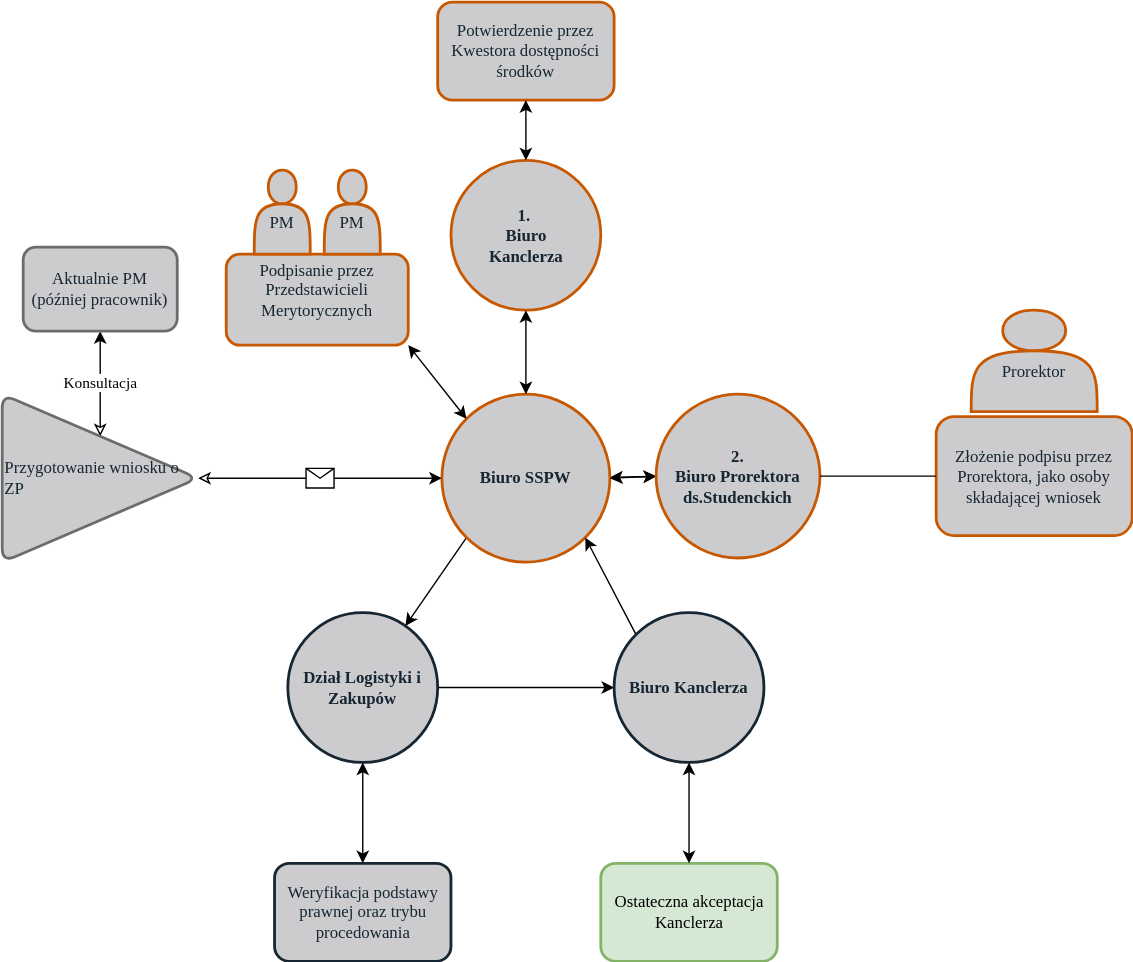
This is Rysunek ZP.svg from WelfareUnit/rysunki, a draw.io export, as it was before one commit. Source tidied: cells renumbered, new cells last; positions are measured from the earlier drawing's top-left corner, leaving out a move shared by most shapes.
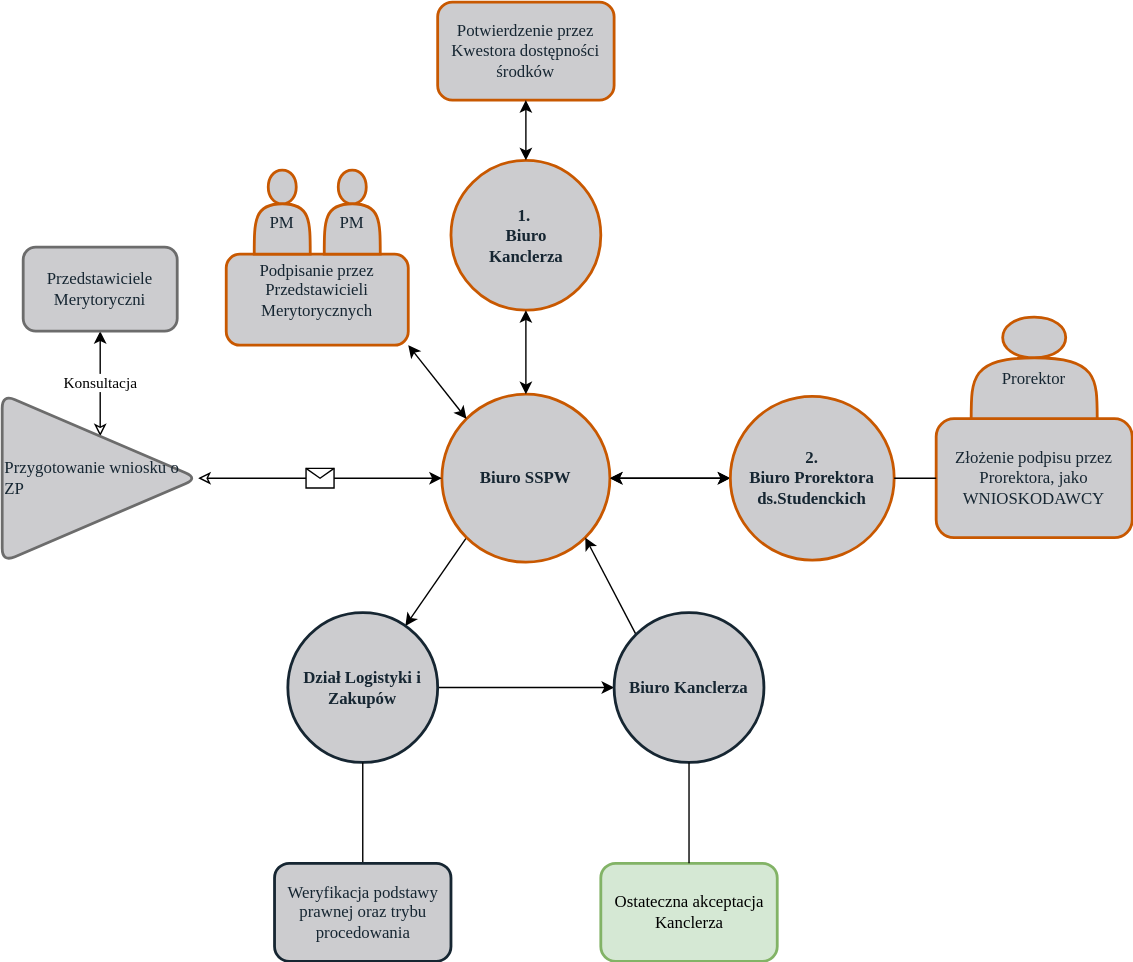
After the commit.

Diff of the diagram source:
```diff
@@ -17,7 +17,7 @@
     <mxCell id="6" value="&lt;div style=&quot;font-size: 12px;&quot;&gt;Biuro SSPW&lt;br style=&quot;font-size: 12px;&quot;&gt;&lt;/div&gt;" style="ellipse;whiteSpace=wrap;html=1;rounded=1;fontFamily=Verdana;fontSize=12;strokeWidth=2;fillColor=#CCCCCF;align=center;strokeColor=#C85800;fontStyle=1;fontColor=#162632;" parent="1" vertex="1">
       <mxGeometry x="314" y="280" width="120" height="120" as="geometry" />
     </mxCell>
-    <mxCell id="7" value="Aktualnie PM&lt;br/&gt;(później pracownik)" style="rounded=1;whiteSpace=wrap;html=1;fontFamily=Verdana;fontSize=12;strokeColor=#6C6C6C;strokeWidth=2;fillColor=#CCCCCF;align=center;fontColor=#162632;" parent="1" vertex="1">
+    <mxCell id="7" value="Przedstawiciele Merytoryczni" style="rounded=1;whiteSpace=wrap;html=1;fontFamily=Verdana;fontSize=12;strokeColor=#6C6C6C;strokeWidth=2;fillColor=#CCCCCF;align=center;fontColor=#162632;" parent="1" vertex="1">
       <mxGeometry x="15" y="175" width="110" height="60" as="geometry" />
     </mxCell>
     <mxCell id="8" style="endArrow=classic;html=1;fontFamily=Verdana;fontSize=12;fontColor=#162632;exitX=1;exitY=0.5;exitDx=0;exitDy=0;entryX=0;entryY=0.5;entryDx=0;entryDy=0;startArrow=classic;startFill=0;" parent="1" edge="1" source="3" target="6">
@@ -50,16 +50,16 @@
       <mxGeometry relative="1" as="geometry" />
     </mxCell>
     <mxCell id="17" value="&lt;div&gt;2.&lt;/div&gt;&lt;div&gt;Biuro Prorektora ds.Studenckich&lt;/div&gt;" style="ellipse;whiteSpace=wrap;html=1;rounded=1;fontFamily=Verdana;fontSize=12;fontColor=#162632;strokeColor=#C85800;strokeWidth=2;fillColor=#CCCCCF;align=center;fontStyle=1;" parent="1" vertex="1">
-      <mxGeometry x="467" y="280" width="117" height="117" as="geometry" />
+      <mxGeometry x="520" y="281.5" width="117" height="117" as="geometry" />
     </mxCell>
-    <mxCell id="18" value="Złożenie podpisu przez Prorektora, jako osoby składającej wniosek" style="rounded=1;whiteSpace=wrap;html=1;fontFamily=Verdana;fontSize=12;fontColor=#162632;strokeColor=#C85800;strokeWidth=2;fillColor=#CCCCCF;align=center;" parent="1" vertex="1">
-      <mxGeometry x="667" y="296" width="140" height="85" as="geometry" />
+    <mxCell id="18" value="Złożenie podpisu przez Prorektora, jako WNIOSKODAWCY" style="rounded=1;whiteSpace=wrap;html=1;fontFamily=Verdana;fontSize=12;fontColor=#162632;strokeColor=#C85800;strokeWidth=2;fillColor=#CCCCCF;align=center;" parent="1" vertex="1">
+      <mxGeometry x="667" y="297.5" width="140" height="85" as="geometry" />
     </mxCell>
     <mxCell id="19" style="endArrow=none;startArrow=none;html=1;fontFamily=Verdana;fontSize=12;fontColor=#162632;entryX=1;entryY=0.5;entryDx=0;entryDy=0;exitX=0;exitY=0.5;exitDx=0;exitDy=0;startFill=0;endFill=0;" parent="1" edge="1" source="18" target="17">
       <mxGeometry relative="1" as="geometry" />
     </mxCell>
     <mxCell id="20" value="&lt;div&gt;&lt;br&gt;&lt;/div&gt;&lt;div&gt;Prorektor&lt;/div&gt;" style="shape=actor;whiteSpace=wrap;html=1;rounded=1;fontFamily=Verdana;fontSize=12;fontColor=#162632;strokeColor=#C85800;strokeWidth=2;fillColor=#CCCCCF;align=center;" parent="1" vertex="1">
-      <mxGeometry x="692" y="220" width="90" height="72.5" as="geometry" />
+      <mxGeometry x="692" y="225" width="90" height="72.5" as="geometry" />
     </mxCell>
     <mxCell id="21" style="edgeStyle=none;jettySize=auto;html=1;exitX=1;exitY=0.5;exitDx=0;exitDy=0;entryX=0;entryY=0.5;entryDx=0;entryDy=0;fontFamily=Verdana;fontSize=12;fontColor=#162632;startArrow=none;startFill=0;" parent="1" edge="1" source="22" target="24">
       <mxGeometry relative="1" as="geometry" />
@@ -82,13 +82,13 @@
     <mxCell id="27" value="Ostateczna akceptacja Kanclerza" style="rounded=1;whiteSpace=wrap;html=1;fontFamily=Verdana;fontSize=12;strokeColor=#82b366;strokeWidth=2;fillColor=#d5e8d4;align=center;" parent="1" vertex="1">
       <mxGeometry x="427.5" y="615" width="126" height="70" as="geometry" />
     </mxCell>
-    <mxCell id="28" style="endArrow=classic;startArrow=classic;html=1;fontFamily=Verdana;fontSize=12;fontColor=#162632;exitX=0.5;exitY=1;exitDx=0;exitDy=0;entryX=0.5;entryY=0;entryDx=0;entryDy=0;" parent="1" edge="1" source="22" target="29">
+    <mxCell id="28" style="endArrow=none;startArrow=none;html=1;fontFamily=Verdana;fontSize=12;fontColor=#162632;exitX=0.5;exitY=1;exitDx=0;exitDy=0;entryX=0.5;entryY=0;entryDx=0;entryDy=0;startFill=0;endFill=0;" parent="1" edge="1" source="22" target="29">
       <mxGeometry relative="1" as="geometry" />
     </mxCell>
     <mxCell id="29" value="Weryfikacja podstawy prawnej oraz trybu procedowania" style="rounded=1;whiteSpace=wrap;html=1;fontFamily=Verdana;fontSize=12;fontColor=#162632;strokeWidth=2;fillColor=#CCCCCF;align=center;strokeColor=#162632;" parent="1" vertex="1">
       <mxGeometry x="194.5" y="615" width="126" height="70" as="geometry" />
     </mxCell>
-    <mxCell id="30" style="endArrow=classic;startArrow=classic;html=1;fontFamily=Verdana;fontSize=12;fontColor=#162632;exitX=0.5;exitY=1;exitDx=0;exitDy=0;entryX=0.5;entryY=0;entryDx=0;entryDy=0;" parent="1" edge="1" source="24" target="27">
+    <mxCell id="30" style="endArrow=none;startArrow=none;html=1;fontFamily=Verdana;fontSize=12;fontColor=#162632;exitX=0.5;exitY=1;exitDx=0;exitDy=0;entryX=0.5;entryY=0;entryDx=0;entryDy=0;startFill=0;endFill=0;" parent="1" edge="1" source="24" target="27">
       <mxGeometry relative="1" as="geometry" />
     </mxCell>
   </root>
```
